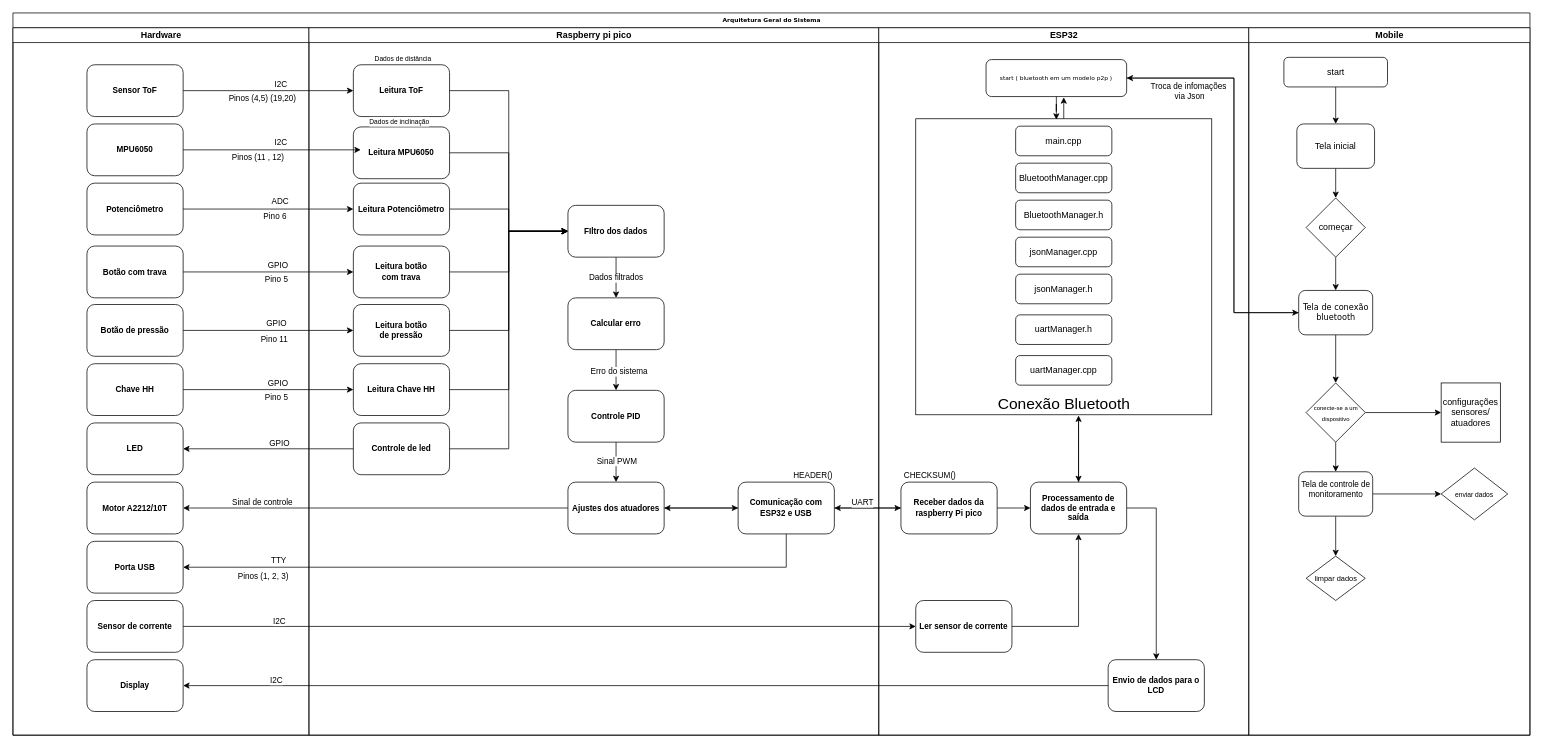
This is Documentation/swimlane.drawio from felipeft/BragasJr, a draw.io file, before an edit. Source tidied: cells renumbered, new cells numbered last; positions are measured from the earlier drawing's top-left corner, leaving out a move shared by most shapes. Both pictures are drawn from the tidied source at 74%, with x=0, y=0 at pixel (13, 13).
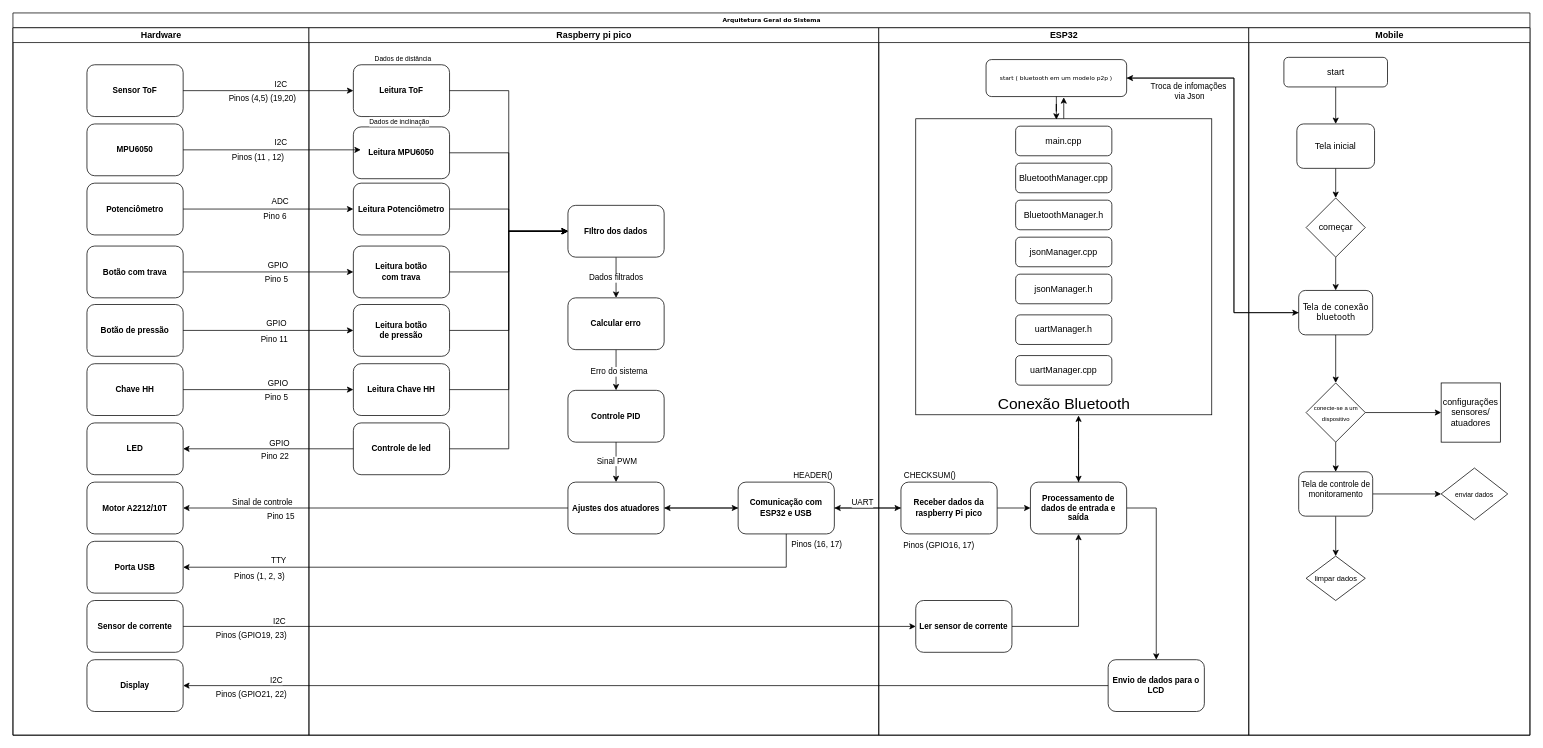
The same page after the edit.

Unchanged cells that the change refers to:
```xml
<mxCell id="3" value="Hardware" style="swimlane;html=1;startSize=20;" parent="2" vertex="1">
  <mxGeometry y="20" width="400" height="956" as="geometry" />
</mxCell>
<mxCell id="31" value="Raspberry pi pico" style="swimlane;html=1;startSize=20;" parent="2" vertex="1">
  <mxGeometry x="400" y="20" width="770" height="956" as="geometry" />
</mxCell>
<mxCell id="45" value="ESP32" style="swimlane;html=1;startSize=20;" parent="2" vertex="1">
  <mxGeometry x="1170" y="20" width="500" height="956" as="geometry" />
</mxCell>
```

The edit, as a diff of the source:
```diff
@@
     <mxCell id="28" value="Pinos (1, 2, 3)" style="edgeLabel;html=1;align=center;verticalAlign=middle;" parent="3" vertex="1">
-      <mxGeometry x="337" y="740" as="geometry" />
+      <mxGeometry x="337" y="740" as="geometry">
+        <mxPoint x="-5" as="offset" />
+      </mxGeometry>
     </mxCell>
@@
+    <mxCell id="122" value="Pinos (GPIO21, 22)" style="edgeLabel;html=1;align=center;verticalAlign=middle;" parent="3" vertex="1">
+      <mxGeometry x="321" y="900" as="geometry" />
+    </mxCell>
+    <mxCell id="123" value="Pinos (GPIO19, 23)" style="edgeLabel;html=1;align=center;verticalAlign=middle;" parent="3" vertex="1">
+      <mxGeometry x="321" y="820" as="geometry" />
+    </mxCell>
+    <mxCell id="124" value="Pino 22" style="edgeLabel;html=1;align=center;verticalAlign=middle;" parent="3" vertex="1">
+      <mxGeometry x="369" y="493" as="geometry">
+        <mxPoint x="-16" y="85" as="offset" />
+      </mxGeometry>
+    </mxCell>
+    <mxCell id="125" value="Pino 15" style="edgeLabel;html=1;align=center;verticalAlign=middle;" parent="3" vertex="1">
+      <mxGeometry x="377" y="574" as="geometry">
+        <mxPoint x="-16" y="85" as="offset" />
+      </mxGeometry>
+    </mxCell>
@@
+    <mxCell id="126" value="Pinos (16, 17)" style="edgeLabel;html=1;align=center;verticalAlign=middle;" parent="31" vertex="1">
+      <mxGeometry x="690" y="697" as="geometry">
+        <mxPoint x="-5" as="offset" />
+      </mxGeometry>
+    </mxCell>
@@
+    <mxCell id="127" value="Pinos (GPIO16, 17)" style="edgeLabel;html=1;align=center;verticalAlign=middle;" parent="45" vertex="1">
+      <mxGeometry x="92" y="698" as="geometry">
+        <mxPoint x="-12" as="offset" />
+      </mxGeometry>
+    </mxCell>
```
